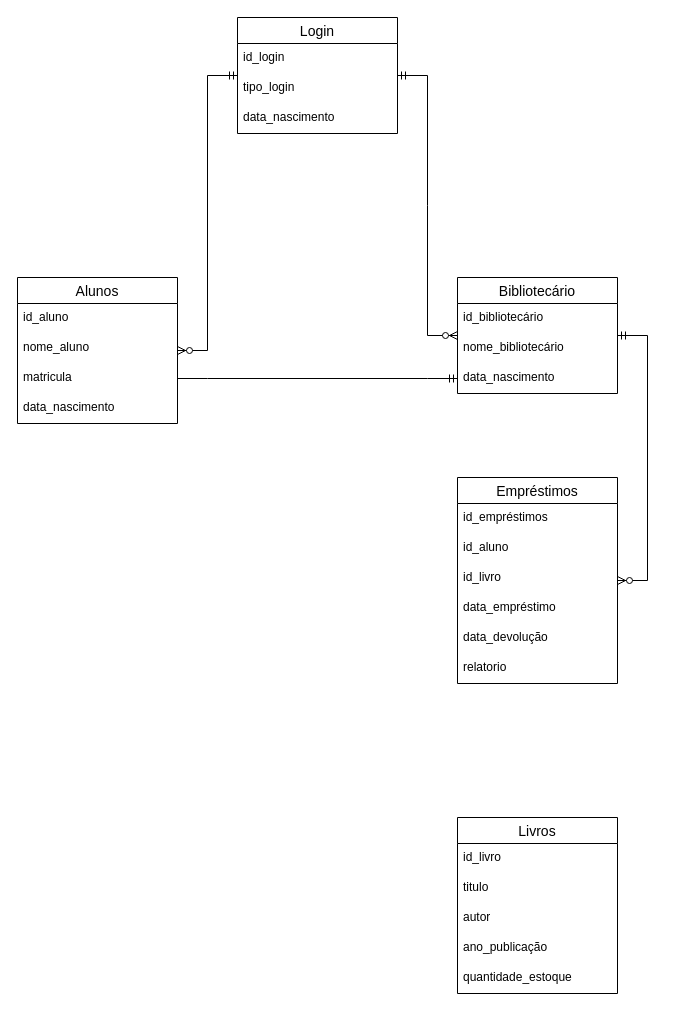
Above: AmbienteDados.drawio in SamuelKopf/Diagramas (draw.io), before the change. Source tidied: cells renumbered, new cells numbered last; positions are measured from the earlier drawing's top-left corner, leaving out a move shared by most shapes. Both pictures are drawn from the tidied source at 100%, with x=0, y=0 at pixel (17, 17).
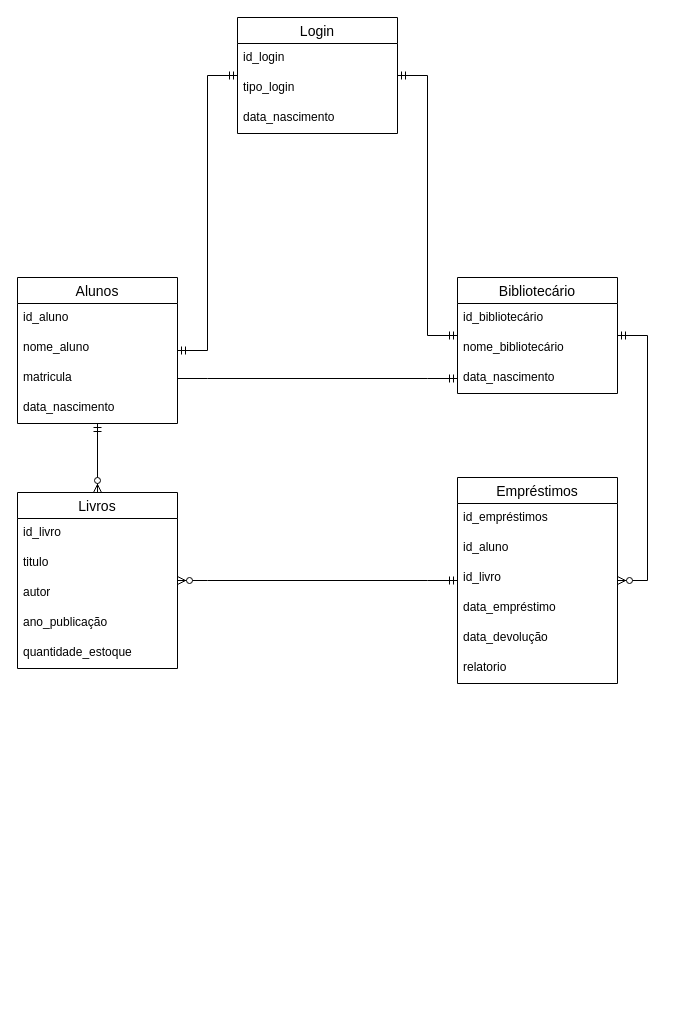
The same page after the edit.

The change refers to these unchanged cells:
```xml
<mxCell id="2" value="Alunos" style="swimlane;fontStyle=0;horizontal=1;startSize=26;align=center;fontSize=14;" parent="1" vertex="1">
  <mxGeometry y="260" width="160" height="146" as="geometry" />
</mxCell>
<mxCell id="13" value="Empréstimos" style="swimlane;fontStyle=0;horizontal=1;startSize=26;align=center;fontSize=14;" parent="1" vertex="1">
  <mxGeometry x="440" y="460" width="160" height="206" as="geometry" />
</mxCell>
<mxCell id="20" value="Bibliotecário" style="swimlane;fontStyle=0;horizontal=1;startSize=26;align=center;fontSize=14;" parent="1" vertex="1">
  <mxGeometry x="440" y="260" width="160" height="116" as="geometry" />
</mxCell>
<mxCell id="24" value="Login" style="swimlane;fontStyle=0;horizontal=1;startSize=26;align=center;fontSize=14;" parent="1" vertex="1">
  <mxGeometry x="220" width="160" height="116" as="geometry" />
</mxCell>
```

Change to the diagram source:
```diff
@@
     <mxCell id="7" value="Livros" style="swimlane;fontStyle=0;horizontal=1;startSize=26;align=center;fontSize=14;" parent="1" vertex="1">
-      <mxGeometry x="440" y="800" width="160" height="176" as="geometry" />
+      <mxGeometry y="475" width="160" height="176" as="geometry" />
     </mxCell>
@@
-    <mxCell id="29" style="edgeStyle=entityRelationEdgeStyle;fontSize=12;html=1;endArrow=ERzeroToMany;startArrow=ERmandOne;rounded=0;" parent="1" edge="1" source="24" target="2">
-      <mxGeometry relative="1" as="geometry">
-        <Array as="points">
-          <mxPoint x="190" y="313" />
-          <mxPoint x="200" y="313" />
-        </Array>
-      </mxGeometry>
-    </mxCell>
-    <mxCell id="30" style="edgeStyle=entityRelationEdgeStyle;fontSize=12;html=1;endArrow=ERzeroToMany;startArrow=ERmandOne;rounded=0;" parent="1" edge="1" source="24" target="20">
-      <mxGeometry relative="1" as="geometry" />
-    </mxCell>
@@
+    <mxCell id="32" style="edgeStyle=entityRelationEdgeStyle;fontSize=12;html=1;endArrow=ERzeroToMany;startArrow=ERmandOne;rounded=0;" parent="1" edge="1" source="13" target="7">
+      <mxGeometry relative="1" as="geometry" />
+    </mxCell>
+    <mxCell id="33" style="edgeStyle=entityRelationEdgeStyle;fontSize=12;html=1;endArrow=ERmandOne;startArrow=ERmandOne;rounded=0;" parent="1" edge="1" source="2" target="24">
+      <mxGeometry relative="1" as="geometry" />
+    </mxCell>
+    <mxCell id="34" style="edgeStyle=entityRelationEdgeStyle;fontSize=12;html=1;endArrow=ERmandOne;startArrow=ERmandOne;rounded=0;" parent="1" edge="1" source="20" target="24">
+      <mxGeometry relative="1" as="geometry" />
+    </mxCell>
+    <mxCell id="35" style="fontSize=12;html=1;endArrow=ERzeroToMany;startArrow=ERmandOne;rounded=0;" parent="1" edge="1" source="2" target="7">
+      <mxGeometry relative="1" as="geometry" />
+    </mxCell>
```
